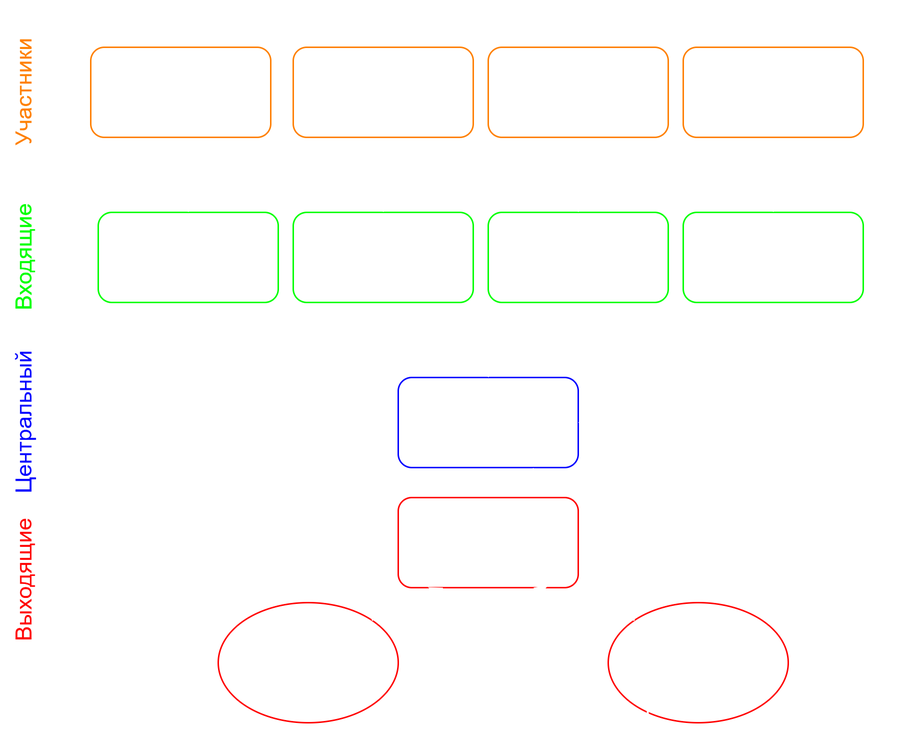
Before: smart_spaces/smart_spaces_concept.png, a diagram exported from draw.io (DevilishSasuke/masters_study). Source tidied: cells renumbered, new cells last; positions are measured from the earlier drawing's top-left corner, leaving out a move shared by most shapes.
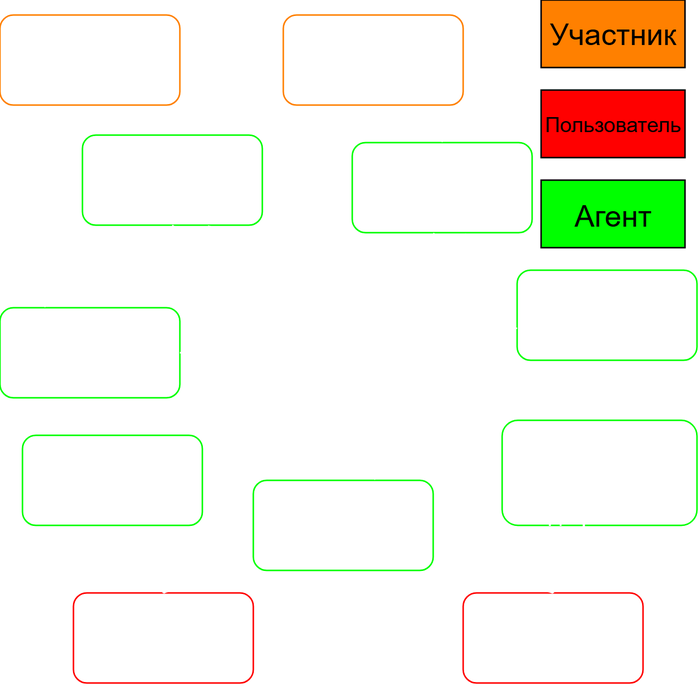
After the change.

Commit message:
reworked part 1 and 2 smart spaces

Diff of the diagram source:
```diff
@@ -2,132 +2,103 @@
   <root>
     <mxCell id="0" />
     <mxCell id="1" parent="0" />
-    <mxCell id="2" style="edgeStyle=orthogonalEdgeStyle;rounded=0;jettySize=auto;html=1;exitX=0.25;exitY=1;exitDx=0;exitDy=0;entryX=0.25;entryY=0;entryDx=0;entryDy=0;strokeColor=light-dark(#000000,#FFFFFF);" parent="1" edge="1" source="3" target="5">
-      <mxGeometry relative="1" as="geometry" />
-    </mxCell>
-    <mxCell id="3" value="&lt;font style=&quot;font-size: 20px;&quot;&gt;Облачная система&lt;/font&gt;" style="rounded=1;whiteSpace=wrap;html=1;fillColor=none;strokeColor=light-dark(#000000,#0000FF);" parent="1" vertex="1">
-      <mxGeometry x="280" y="250" width="120" height="60" as="geometry" />
-    </mxCell>
-    <mxCell id="4" style="edgeStyle=orthogonalEdgeStyle;rounded=0;jettySize=auto;html=1;exitX=0.75;exitY=0;exitDx=0;exitDy=0;entryX=0.75;entryY=1;entryDx=0;entryDy=0;strokeColor=light-dark(#000000,#FFFFFF);" parent="1" edge="1" source="5" target="3">
-      <mxGeometry relative="1" as="geometry" />
-    </mxCell>
-    <mxCell id="5" value="&lt;font style=&quot;font-size: 20px;&quot;&gt;Агент приложение&lt;/font&gt;" style="whiteSpace=wrap;html=1;rounded=1;fillColor=none;strokeColor=light-dark(#000000,#FF0000);" parent="1" vertex="1">
-      <mxGeometry x="280" y="330" width="120" height="60" as="geometry" />
-    </mxCell>
-    <mxCell id="6" style="edgeStyle=orthogonalEdgeStyle;rounded=0;jettySize=auto;html=1;exitX=0.5;exitY=1;exitDx=0;exitDy=0;entryX=0.5;entryY=0;entryDx=0;entryDy=0;strokeColor=light-dark(#000000,#FFFFFF);" parent="1" edge="1" source="7" target="3">
-      <mxGeometry relative="1" as="geometry" />
-    </mxCell>
     <mxCell id="7" value="&lt;font style=&quot;font-size: 18px;&quot;&gt;Автомобиль-ный агент&lt;/font&gt;" style="rounded=1;whiteSpace=wrap;html=1;fillColor=none;gradientColor=none;strokeColor=light-dark(#000000,#00FF00);" parent="1" vertex="1">
-      <mxGeometry x="80" y="140" width="120" height="60" as="geometry" />
+      <mxGeometry x="35" y="205" width="120" height="60" as="geometry" />
     </mxCell>
-    <mxCell id="8" style="edgeStyle=orthogonalEdgeStyle;rounded=0;jettySize=auto;html=1;exitX=0.5;exitY=1;exitDx=0;exitDy=0;strokeColor=light-dark(#000000,#FFFFFF);entryX=0.5;entryY=0;entryDx=0;entryDy=0;" parent="1" edge="1" source="9" target="3">
-      <mxGeometry relative="1" as="geometry" />
-    </mxCell>
     <mxCell id="9" value="&lt;font style=&quot;font-size: 18px;&quot;&gt;Агент &lt;br&gt;дрона&lt;/font&gt;" style="rounded=1;whiteSpace=wrap;html=1;strokeColor=light-dark(#000000,#00FF00);fillColor=none;" parent="1" vertex="1">
-      <mxGeometry x="470" y="140" width="120" height="60" as="geometry" />
+      <mxGeometry x="270" y="95" width="120" height="60" as="geometry" />
     </mxCell>
-    <mxCell id="10" style="edgeStyle=orthogonalEdgeStyle;rounded=0;jettySize=auto;html=1;exitX=0.5;exitY=1;exitDx=0;exitDy=0;entryX=0.5;entryY=0;entryDx=0;entryDy=0;strokeColor=light-dark(#000000,#FFFFFF);" parent="1" edge="1" source="11" target="3">
-      <mxGeometry relative="1" as="geometry" />
-    </mxCell>
     <mxCell id="11" value="&lt;font style=&quot;font-size: 18px;&quot;&gt;Агент метеоданных&lt;/font&gt;" style="rounded=1;whiteSpace=wrap;html=1;strokeColor=light-dark(#000000,#00FF00);fillColor=none;" parent="1" vertex="1">
-      <mxGeometry x="210" y="140" width="120" height="60" as="geometry" />
+      <mxGeometry x="380" y="180" width="120" height="60" as="geometry" />
     </mxCell>
-    <mxCell id="12" style="edgeStyle=orthogonalEdgeStyle;rounded=0;jettySize=auto;html=1;exitX=0.5;exitY=1;exitDx=0;exitDy=0;entryX=0.5;entryY=0;entryDx=0;entryDy=0;strokeColor=light-dark(#000000,#FFFFFF);" parent="1" edge="1" source="13" target="3">
-      <mxGeometry relative="1" as="geometry" />
-    </mxCell>
     <mxCell id="13" value="&lt;font style=&quot;font-size: 18px;&quot;&gt;Аналитика данных&lt;/font&gt;" style="rounded=1;whiteSpace=wrap;html=1;strokeColor=light-dark(#000000,#00FF00);fillColor=none;" parent="1" vertex="1">
-      <mxGeometry x="340" y="140" width="120" height="60" as="geometry" />
+      <mxGeometry x="90" y="90" width="120" height="60" as="geometry" />
     </mxCell>
-    <mxCell id="14" style="endArrow=none;dashed=1;html=1;strokeWidth=4;rounded=0;startSize=10;endSize=10;sourcePerimeterSpacing=8;" parent="1" edge="1">
-      <mxGeometry relative="1" as="geometry">
-        <mxPoint x="50" y="490" as="sourcePoint" />
-        <mxPoint x="50" as="targetPoint" />
-      </mxGeometry>
-    </mxCell>
-    <mxCell id="15" value="&lt;font style=&quot;font-size: 15px; color: light-dark(rgb(0, 0, 0), rgb(0, 255, 0));&quot;&gt;Входящие&lt;/font&gt;" style="text;html=1;whiteSpace=wrap;strokeColor=none;fillColor=none;align=center;verticalAlign=middle;rounded=0;rotation=270;" parent="1" vertex="1">
-      <mxGeometry y="155" width="60" height="30" as="geometry" />
-    </mxCell>
-    <mxCell id="16" value="&lt;font style=&quot;font-size: 15px; color: light-dark(rgb(0, 0, 0), rgb(255, 0, 0));&quot;&gt;&lt;font style=&quot;&quot;&gt;Вы&lt;/font&gt;&lt;span style=&quot;background-color: transparent;&quot;&gt;ходящие&lt;/span&gt;&lt;/font&gt;" style="text;html=1;whiteSpace=wrap;strokeColor=none;fillColor=none;align=center;verticalAlign=middle;rounded=0;rotation=270;" parent="1" vertex="1">
-      <mxGeometry y="370" width="60" height="30" as="geometry" />
-    </mxCell>
-    <mxCell id="17" value="&lt;span style=&quot;font-size: 15px;&quot;&gt;&lt;font style=&quot;color: light-dark(rgb(0, 0, 0), rgb(0, 0, 255));&quot;&gt;Центральный&lt;/font&gt;&lt;/span&gt;" style="text;html=1;whiteSpace=wrap;strokeColor=none;fillColor=none;align=center;verticalAlign=middle;rounded=0;rotation=270;" parent="1" vertex="1">
-      <mxGeometry y="265" width="60" height="30" as="geometry" />
-    </mxCell>
-    <mxCell id="18" value="&lt;font style=&quot;font-size: 15px; color: light-dark(rgb(0, 0, 0), rgb(255, 128, 0));&quot;&gt;Участники&lt;/font&gt;" style="text;html=1;whiteSpace=wrap;strokeColor=none;fillColor=none;align=center;verticalAlign=middle;rounded=0;rotation=270;" parent="1" vertex="1">
-      <mxGeometry y="45" width="60" height="30" as="geometry" />
-    </mxCell>
-    <mxCell id="19" style="edgeStyle=orthogonalEdgeStyle;rounded=0;jettySize=auto;html=1;exitX=0.5;exitY=1;exitDx=0;exitDy=0;entryX=0.5;entryY=0;entryDx=0;entryDy=0;" parent="1" edge="1" source="23" target="7">
+    <mxCell id="19" style="edgeStyle=orthogonalEdgeStyle;rounded=0;jettySize=auto;html=1;exitX=0.25;exitY=1;exitDx=0;exitDy=0;entryX=0.25;entryY=0;entryDx=0;entryDy=0;" parent="1" edge="1" source="23" target="7">
       <mxGeometry relative="1" as="geometry" />
     </mxCell>
-    <mxCell id="20" style="edgeStyle=orthogonalEdgeStyle;rounded=0;jettySize=auto;html=1;exitX=0.5;exitY=1;exitDx=0;exitDy=0;" parent="1" edge="1" source="23" target="11">
-      <mxGeometry relative="1" as="geometry" />
-    </mxCell>
-    <mxCell id="21" style="edgeStyle=orthogonalEdgeStyle;rounded=0;jettySize=auto;html=1;exitX=0.5;exitY=1;exitDx=0;exitDy=0;entryX=0.5;entryY=0;entryDx=0;entryDy=0;" parent="1" edge="1" source="23" target="13">
-      <mxGeometry relative="1" as="geometry" />
-    </mxCell>
-    <mxCell id="22" style="edgeStyle=orthogonalEdgeStyle;rounded=0;jettySize=auto;html=1;exitX=0.5;exitY=0;exitDx=0;exitDy=0;entryX=1;entryY=0.5;entryDx=0;entryDy=0;" parent="1" edge="1" source="23" target="3">
-      <mxGeometry relative="1" as="geometry">
-        <Array as="points">
-          <mxPoint x="400" y="10" />
-          <mxPoint x="610" y="10" />
-          <mxPoint x="610" y="280" />
-        </Array>
-      </mxGeometry>
-    </mxCell>
     <mxCell id="23" value="&lt;span style=&quot;font-size: 18px;&quot;&gt;Автомобиль&lt;/span&gt;" style="rounded=1;whiteSpace=wrap;html=1;strokeColor=light-dark(#000000,#FF8000);fillColor=none;" parent="1" vertex="1">
-      <mxGeometry x="340" y="30" width="120" height="60" as="geometry" />
+      <mxGeometry x="35" y="10" width="120" height="60" as="geometry" />
     </mxCell>
-    <mxCell id="24" style="edgeStyle=orthogonalEdgeStyle;rounded=0;jettySize=auto;html=1;exitX=0;exitY=0.5;exitDx=0;exitDy=0;entryX=0;entryY=0.5;entryDx=0;entryDy=0;" parent="1" edge="1" source="25" target="31">
-      <mxGeometry relative="1" as="geometry">
-        <Array as="points">
-          <mxPoint x="70" y="60" />
-          <mxPoint x="70" y="440" />
-        </Array>
-      </mxGeometry>
-    </mxCell>
-    <mxCell id="25" value="&lt;span style=&quot;font-size: 18px;&quot;&gt;Пешеходы / водители&lt;/span&gt;" style="rounded=1;whiteSpace=wrap;html=1;strokeColor=light-dark(#000000,#FF8000);fillColor=none;" parent="1" vertex="1">
-      <mxGeometry x="75" y="30" width="120" height="60" as="geometry" />
+    <mxCell id="25" value="&lt;span style=&quot;font-size: 18px;&quot;&gt;Пешеходы / водители&lt;/span&gt;" style="rounded=1;whiteSpace=wrap;html=1;strokeColor=light-dark(#000000,#FF0000);fillColor=none;" parent="1" vertex="1">
+      <mxGeometry x="84" y="395" width="120" height="60" as="geometry" />
     </mxCell>
-    <mxCell id="26" style="edgeStyle=orthogonalEdgeStyle;rounded=0;jettySize=auto;html=1;exitX=0.25;exitY=0;exitDx=0;exitDy=0;entryX=0;entryY=0.5;entryDx=0;entryDy=0;" parent="1" edge="1" source="27" target="32">
-      <mxGeometry relative="1" as="geometry">
-        <Array as="points">
-          <mxPoint x="240" y="10" />
-          <mxPoint x="60" y="10" />
-          <mxPoint x="60" y="490" />
-          <mxPoint x="330" y="490" />
-          <mxPoint x="330" y="440" />
-        </Array>
-      </mxGeometry>
-    </mxCell>
-    <mxCell id="27" value="&lt;span style=&quot;font-size: 18px;&quot;&gt;Муниципаль-ные службы&lt;/span&gt;" style="rounded=1;whiteSpace=wrap;html=1;strokeColor=light-dark(#000000,#FF8000);fillColor=none;" parent="1" vertex="1">
-      <mxGeometry x="210" y="30" width="120" height="60" as="geometry" />
+    <mxCell id="27" value="&lt;span style=&quot;font-size: 18px;&quot;&gt;Муниципаль-ные службы&lt;/span&gt;" style="rounded=1;whiteSpace=wrap;html=1;strokeColor=light-dark(#000000,#FF0000);fillColor=none;" parent="1" vertex="1">
+      <mxGeometry x="344" y="395" width="120" height="60" as="geometry" />
     </mxCell>
-    <mxCell id="28" style="edgeStyle=orthogonalEdgeStyle;rounded=0;jettySize=auto;html=1;exitX=0.5;exitY=1;exitDx=0;exitDy=0;entryX=0.5;entryY=0;entryDx=0;entryDy=0;" parent="1" edge="1" source="30" target="9">
-      <mxGeometry relative="1" as="geometry" />
+    <mxCell id="28" style="edgeStyle=orthogonalEdgeStyle;rounded=0;jettySize=auto;html=1;exitX=0.5;exitY=1;exitDx=0;exitDy=0;" parent="1" edge="1" source="30" target="9">
+      <mxGeometry relative="1" as="geometry">
+        <Array as="points">
+          <mxPoint x="284" y="80" />
+          <mxPoint x="330" y="80" />
+        </Array>
+      </mxGeometry>
     </mxCell>
-    <mxCell id="29" style="edgeStyle=orthogonalEdgeStyle;rounded=0;jettySize=auto;html=1;exitX=0.5;exitY=0;exitDx=0;exitDy=0;entryX=1;entryY=0.5;entryDx=0;entryDy=0;" parent="1" edge="1" source="30" target="3">
-      <mxGeometry relative="1" as="geometry">
-        <Array as="points">
-          <mxPoint x="530" y="10" />
-          <mxPoint x="610" y="10" />
-          <mxPoint x="610" y="280" />
-        </Array>
-      </mxGeometry>
-    </mxCell>
     <mxCell id="30" value="&lt;span style=&quot;font-size: 18px;&quot;&gt;Дрон&lt;/span&gt;" style="rounded=1;whiteSpace=wrap;html=1;strokeColor=light-dark(#000000,#FF8000);fillColor=none;" parent="1" vertex="1">
-      <mxGeometry x="470" y="30" width="120" height="60" as="geometry" />
+      <mxGeometry x="224" y="10" width="120" height="60" as="geometry" />
     </mxCell>
+    <mxCell id="35" value="&lt;font style=&quot;font-size: 16px;&quot;&gt;Система мониторинга дорожного покрытия&lt;/font&gt;" style="ellipse;whiteSpace=wrap;html=1;fillColor=none;strokeColor=light-dark(#000000,#FFFFFF);" parent="1" vertex="1">
+      <mxGeometry x="174" y="175" width="180" height="120" as="geometry" />
+    </mxCell>
+    <mxCell id="24" style="endArrow=classic;html=1;rounded=0;exitX=0.5;exitY=0;exitDx=0;exitDy=0;" parent="1" edge="1" source="25" target="31">
+      <mxGeometry relative="1" as="geometry" />
+    </mxCell>
+    <mxCell id="36" style="endArrow=classic;html=1;rounded=0;exitX=0.5;exitY=0;exitDx=0;exitDy=0;" parent="1" edge="1" source="25" target="46">
+      <mxGeometry relative="1" as="geometry" />
+    </mxCell>
+    <mxCell id="37" style="endArrow=classic;html=1;rounded=0;" parent="1" edge="1" source="46" target="35">
+      <mxGeometry relative="1" as="geometry" />
+    </mxCell>
+    <mxCell id="38" style="endArrow=classic;html=1;rounded=0;exitX=0.35;exitY=0.001;exitDx=0;exitDy=0;entryX=0.402;entryY=0.991;entryDx=0;entryDy=0;entryPerimeter=0;exitPerimeter=0;" parent="1" edge="1" source="31" target="35">
+      <mxGeometry relative="1" as="geometry" />
+    </mxCell>
+    <mxCell id="26" style="endArrow=classic;html=1;rounded=0;exitX=0.5;exitY=0;exitDx=0;exitDy=0;" parent="1" edge="1" source="27" target="32">
+      <mxGeometry relative="1" as="geometry" />
+    </mxCell>
+    <mxCell id="39" style="endArrow=classic;html=1;rounded=0;exitX=0.5;exitY=0;exitDx=0;exitDy=0;" parent="1" edge="1" source="27" target="31">
+      <mxGeometry relative="1" as="geometry" />
+    </mxCell>
+    <mxCell id="40" style="endArrow=classic;html=1;rounded=0;" parent="1" edge="1" source="32" target="35">
+      <mxGeometry relative="1" as="geometry" />
+    </mxCell>
+    <mxCell id="41" style="endArrow=classic;html=1;rounded=0;" parent="1" edge="1" source="11" target="35">
+      <mxGeometry relative="1" as="geometry" />
+    </mxCell>
+    <mxCell id="42" style="endArrow=classic;html=1;rounded=0;exitX=0.5;exitY=1;exitDx=0;exitDy=0;entryX=0.107;entryY=0.176;entryDx=0;entryDy=0;entryPerimeter=0;" parent="1" edge="1" source="13" target="35">
+      <mxGeometry relative="1" as="geometry" />
+    </mxCell>
+    <mxCell id="43" style="endArrow=classic;html=1;rounded=0;exitX=0.21;exitY=0.091;exitDx=0;exitDy=0;exitPerimeter=0;entryX=0.698;entryY=1.001;entryDx=0;entryDy=0;entryPerimeter=0;" parent="1" edge="1" source="35" target="13">
+      <mxGeometry relative="1" as="geometry" />
+    </mxCell>
+    <mxCell id="44" style="endArrow=classic;html=1;rounded=0;exitX=0.455;exitY=1.004;exitDx=0;exitDy=0;exitPerimeter=0;entryX=0.78;entryY=0.091;entryDx=0;entryDy=0;entryPerimeter=0;" parent="1" edge="1" source="9" target="35">
+      <mxGeometry relative="1" as="geometry" />
+    </mxCell>
+    <mxCell id="45" style="endArrow=classic;html=1;rounded=0;entryX=0.631;entryY=1.007;entryDx=0;entryDy=0;exitX=0.876;exitY=0.174;exitDx=0;exitDy=0;exitPerimeter=0;entryPerimeter=0;" parent="1" edge="1" source="35" target="9">
+      <mxGeometry relative="1" as="geometry" />
+    </mxCell>
+    <mxCell id="46" value="&lt;span style=&quot;font-size: 15px;&quot;&gt;Агент сообщения о дефектах&lt;/span&gt;" style="rounded=1;whiteSpace=wrap;html=1;strokeColor=light-dark(#000000,#00FF00);fillColor=none;" parent="1" vertex="1">
+      <mxGeometry x="50" y="290" width="120" height="60" as="geometry" />
+    </mxCell>
-    <mxCell id="31" value="&lt;font style=&quot;font-size: 15px;&quot;&gt;Интерактивная карта дефектов&lt;/font&gt;" style="ellipse;whiteSpace=wrap;html=1;fillColor=none;strokeColor=light-dark(#000000,#FF0000);" parent="1" vertex="1">
-      <mxGeometry x="160" y="400" width="120" height="80" as="geometry" />
+    <mxCell id="31" value="&lt;span style=&quot;font-size: 15px;&quot;&gt;Интерактивная карта дефектов&lt;/span&gt;" style="rounded=1;whiteSpace=wrap;html=1;strokeColor=light-dark(#000000,#00FF00);fillColor=none;" parent="1" vertex="1">
+      <mxGeometry x="204" y="320" width="120" height="60" as="geometry" />
     </mxCell>
-    <mxCell id="32" value="&lt;font style=&quot;font-size: 15px;&quot;&gt;Дэшборд мониторинга и планирования дефектов&lt;/font&gt;" style="ellipse;whiteSpace=wrap;html=1;fillColor=none;strokeColor=light-dark(#000000,#FF0000);" parent="1" vertex="1">
-      <mxGeometry x="420" y="400" width="120" height="80" as="geometry" />
+    <mxCell id="32" value="&lt;span style=&quot;font-size: 15px;&quot;&gt;Дэшборд мониторинга и планирования дефектов&lt;/span&gt;" style="rounded=1;whiteSpace=wrap;html=1;strokeColor=light-dark(#000000,#00FF00);fillColor=none;" parent="1" vertex="1">
+      <mxGeometry x="370" y="280" width="130" height="70" as="geometry" />
     </mxCell>
-    <mxCell id="33" style="endArrow=classic;startArrow=none;html=1;rounded=0;startFill=0;exitX=1;exitY=0;exitDx=0;exitDy=0;entryX=0.25;entryY=1;entryDx=0;entryDy=0;" parent="1" edge="1" source="31" target="5">
-      <mxGeometry relative="1" as="geometry" />
-    </mxCell>
-    <mxCell id="34" style="endArrow=classic;startArrow=none;html=1;rounded=0;startFill=0;exitX=0;exitY=0;exitDx=0;exitDy=0;entryX=0.75;entryY=1;entryDx=0;entryDy=0;" parent="1" edge="1" source="32" target="5">
-      <mxGeometry relative="1" as="geometry" />
-    </mxCell>
+    <mxCell id="47" style="endArrow=classic;html=1;rounded=0;entryX=0.675;entryY=-0.002;entryDx=0;entryDy=0;exitX=0.616;exitY=0.982;exitDx=0;exitDy=0;exitPerimeter=0;entryPerimeter=0;" parent="1" edge="1" source="35" target="31">
+      <mxGeometry relative="1" as="geometry" />
+    </mxCell>
+    <mxCell id="48" value="&lt;font style=&quot;font-size: 20px; color: light-dark(rgb(0, 0, 0), rgb(0, 0, 0));&quot;&gt;Участник&lt;/font&gt;" style="whiteSpace=wrap;html=1;fillColor=light-dark(#FFFFFF,#FF8000);strokeColor=light-dark(#000000,#000000);labelBorderColor=none;textShadow=0;convertToSvg=0;fontSize=11;fontFamily=Helvetica;fontStyle=0;" parent="1" vertex="1">
+      <mxGeometry x="396" width="96" height="45" as="geometry" />
+    </mxCell>
+    <mxCell id="49" value="&lt;font style=&quot;font-size: 20px; color: light-dark(rgb(0, 0, 0), rgb(0, 0, 0));&quot;&gt;Агент&lt;/font&gt;" style="whiteSpace=wrap;html=1;fillColor=light-dark(#FFFFFF,#00FF00);strokeColor=light-dark(#000000,#000000);" parent="1" vertex="1">
+      <mxGeometry x="396" y="120" width="96" height="45" as="geometry" />
+    </mxCell>
+    <mxCell id="50" value="&lt;font style=&quot;font-size: 14px; color: light-dark(rgb(0, 0, 0), rgb(0, 0, 0));&quot;&gt;Пользователь&lt;/font&gt;" style="whiteSpace=wrap;html=1;fillColor=light-dark(#FFFFFF,#FF0000);strokeColor=light-dark(#000000,#000000);" parent="1" vertex="1">
+      <mxGeometry x="396" y="60" width="96" height="45" as="geometry" />
+    </mxCell>
+    <mxCell id="51" style="endArrow=classic;html=1;rounded=0;entryX=0;entryY=0.5;entryDx=0;entryDy=0;exitX=1;exitY=0.5;exitDx=0;exitDy=0;" parent="1" edge="1" source="7" target="35">
+      <mxGeometry relative="1" as="geometry" />
+    </mxCell>
   </root>
 </mxGraphModel>
```
